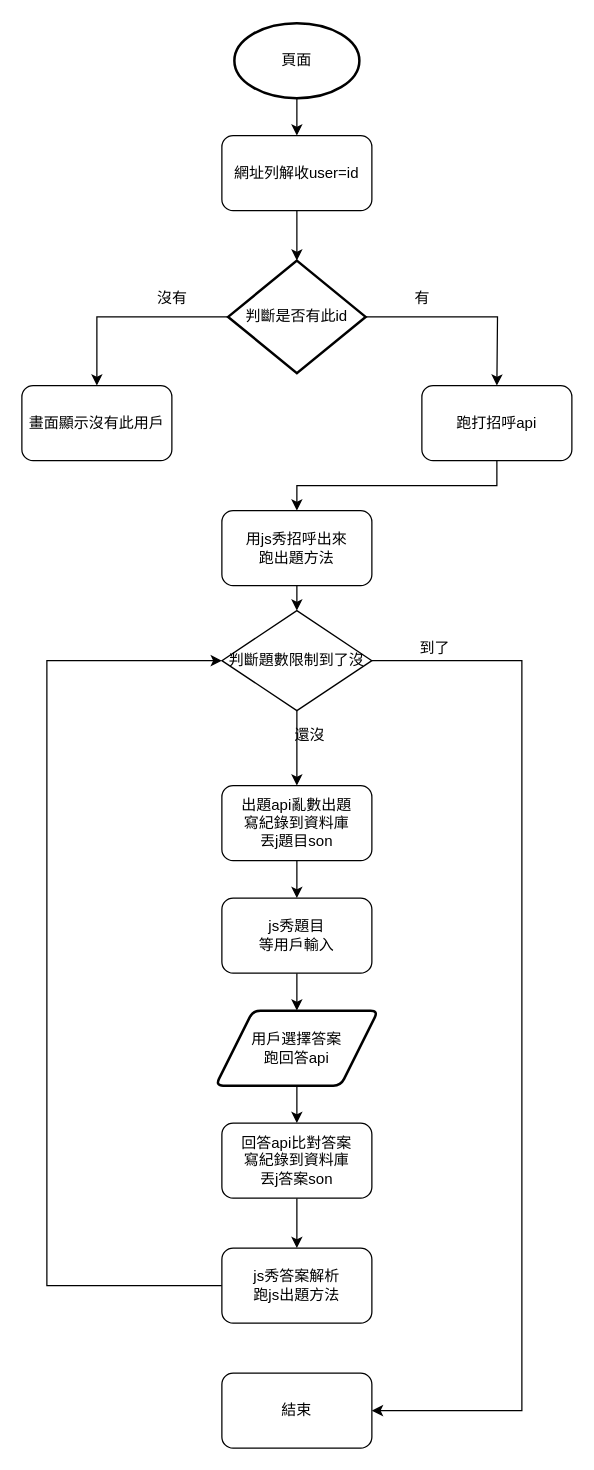
Above: 未命名圖表.drawio in kartg0203/work_flow (draw.io), before the change. Source tidied: cells renumbered, new cells numbered last; positions are measured from the earlier drawing's top-left corner, leaving out a move shared by most shapes. Both pictures are drawn from the tidied source at 125%, with x=0, y=0 at pixel (21, 22).
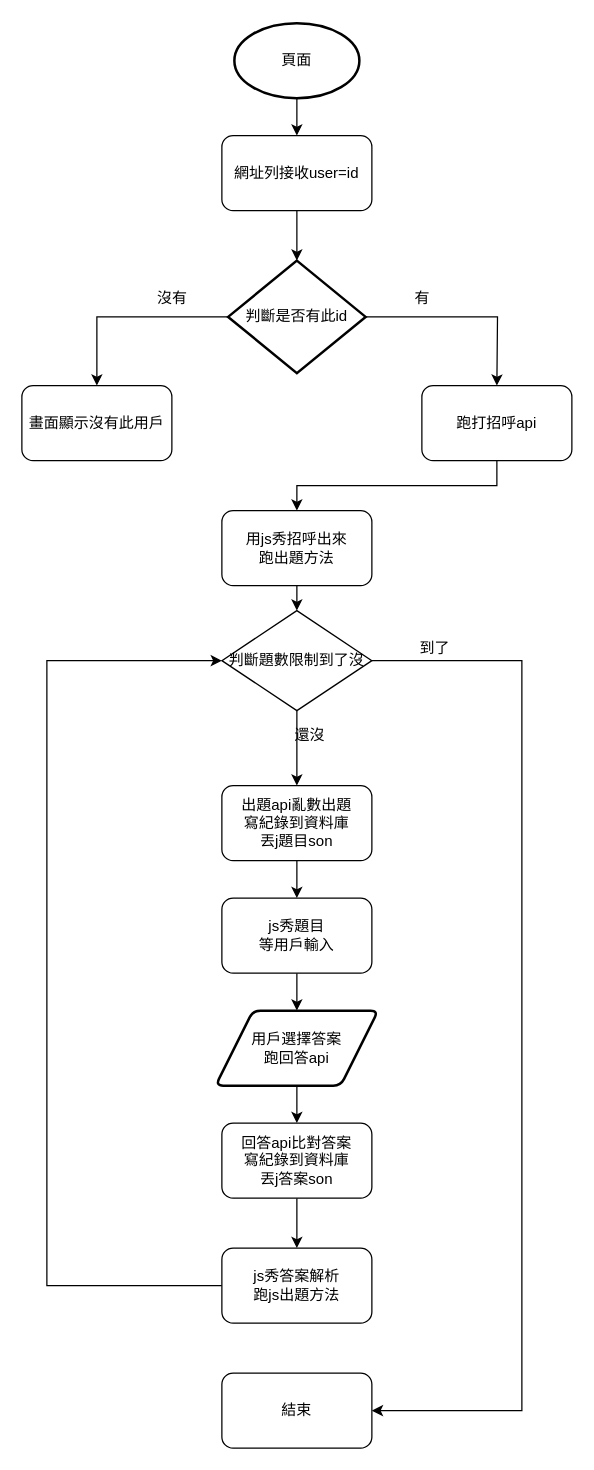
Above is the later version.

Diff of the diagram source:
```diff
@@
-    <mxCell id="17" value="&lt;span&gt;網址列解收user=id&lt;/span&gt;" style="rounded=1;whiteSpace=wrap;html=1;" parent="1" vertex="1">
+    <mxCell id="17" value="&lt;span&gt;網址列接收user=id&lt;/span&gt;" style="rounded=1;whiteSpace=wrap;html=1;" parent="1" vertex="1">
       <mxGeometry x="160" y="90" width="120" height="60" as="geometry" />
     </mxCell>
```
